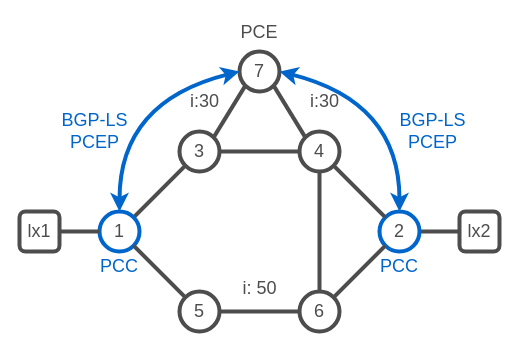
The draw.io diagram page "7" (7 of 14) of images/lab-topologies.drawio in IntuitiveSoft-net/sr-lab, before the edit. Source tidied: cells renumbered, new cells numbered last; positions are measured from the earlier drawing's top-left corner, leaving out a move shared by most shapes. Both pictures are drawn from the tidied source at 100%, with x=0, y=0 at pixel (19, 17).
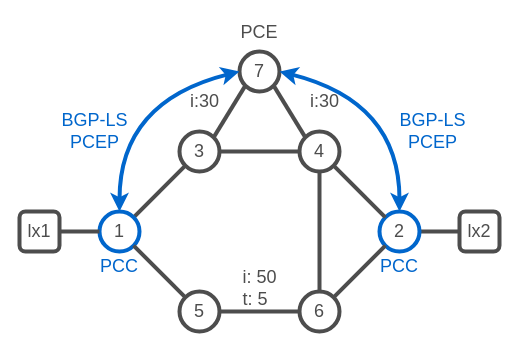
After the change.

Diff of the diagram source:
```diff
@@
-    <mxCell id="24" value="&lt;font color=&quot;#4d4d4d&quot;&gt;i: 50&lt;/font&gt;" style="text;html=1;align=center;verticalAlign=middle;strokeColor=none;fillColor=none;fontSize=18;fontColor=#0066CC;" parent="1" vertex="1">
-      <mxGeometry x="210" y="251" width="60" height="40" as="geometry" />
+    <mxCell id="24" value="&lt;div style=&quot;border-color: var(--border-color); text-align: left;&quot;&gt;&lt;span style=&quot;border-color: var(--border-color); color: rgb(77, 77, 77); background-color: initial;&quot;&gt;i: 50&lt;/span&gt;&lt;/div&gt;&lt;div style=&quot;border-color: var(--border-color); text-align: left;&quot;&gt;&lt;span style=&quot;border-color: var(--border-color); color: rgb(77, 77, 77); background-color: initial;&quot;&gt;t: 5&lt;/span&gt;&lt;/div&gt;" style="text;html=1;align=center;verticalAlign=middle;strokeColor=none;fillColor=none;fontSize=18;fontColor=#0066CC;" parent="1" vertex="1">
+      <mxGeometry x="210" y="241" width="60" height="60" as="geometry" />
     </mxCell>
```
